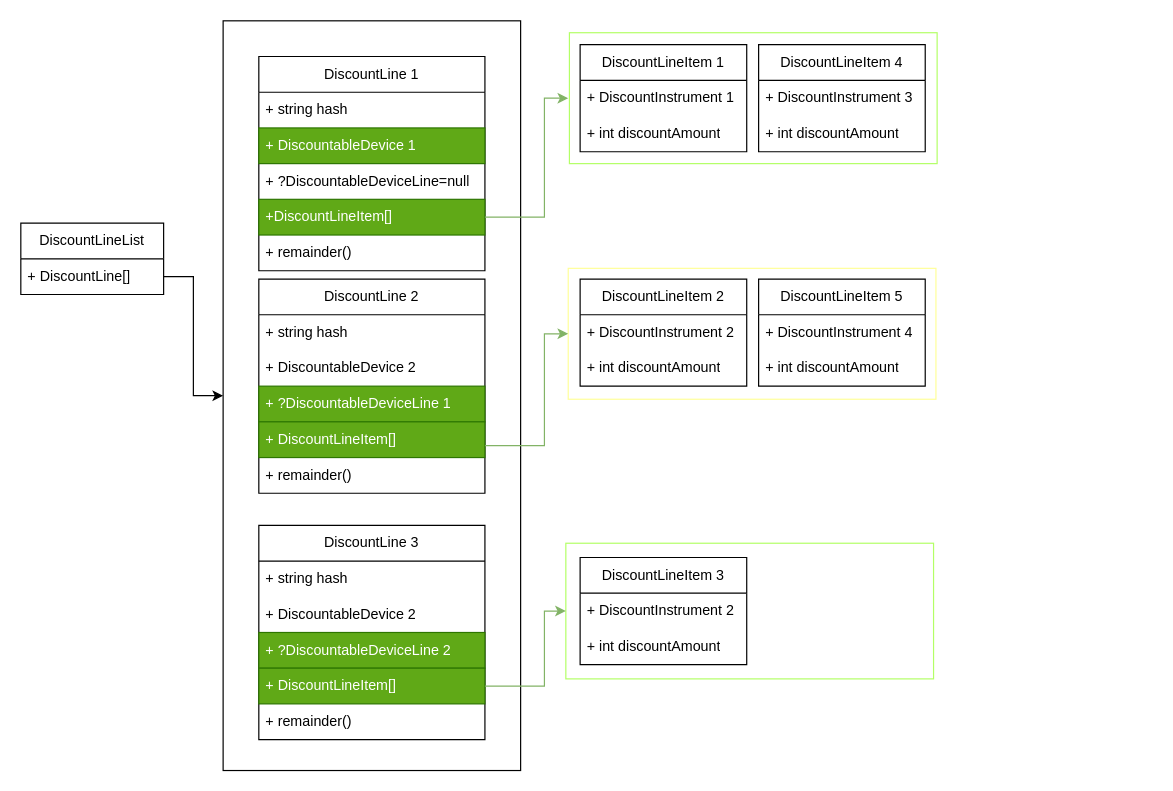
Earlier version of the draw.io diagram discount.drawio (autepos/discount). Source tidied: cells renumbered, new cells numbered last; positions are measured from the earlier drawing's top-left corner, leaving out a move shared by most shapes. Both pictures are drawn from the tidied source at 119%, with x=0, y=0 at pixel (20, 20).
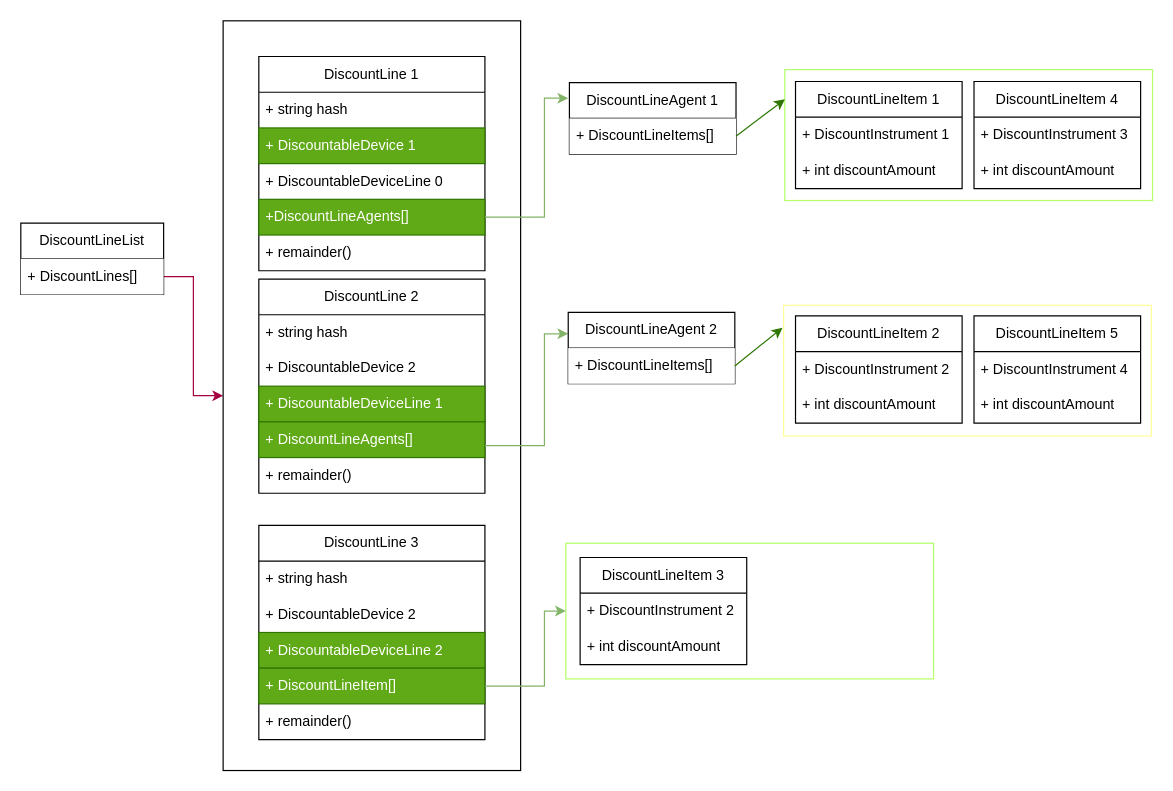
After the change.

The change refers to these unchanged cells:
```xml
<mxCell id="6" style="rounded=0;whiteSpace=wrap;html=1;" parent="1" vertex="1">
  <mxGeometry x="170" width="250" height="630" as="geometry" />
</mxCell>
<mxCell id="7" value="DiscountLine 1" style="swimlane;fontStyle=0;horizontal=1;startSize=30;whiteSpace=wrap;html=1;" parent="1" vertex="1">
  <mxGeometry x="200" y="30" width="190" height="180" as="geometry" />
</mxCell>
<mxCell id="13" value="DiscountLine 2" style="swimlane;fontStyle=0;horizontal=1;startSize=30;whiteSpace=wrap;html=1;" parent="1" vertex="1">
  <mxGeometry x="200" y="217" width="190" height="180" as="geometry" />
</mxCell>
<mxCell id="19" value="DiscountLine 3" style="swimlane;fontStyle=0;horizontal=1;startSize=30;whiteSpace=wrap;html=1;" parent="1" vertex="1">
  <mxGeometry x="200" y="424" width="190" height="180" as="geometry" />
</mxCell>
<mxCell id="25" value="DiscountLineList" style="swimlane;fontStyle=0;horizontal=1;startSize=30;whiteSpace=wrap;html=1;" parent="1" vertex="1">
  <mxGeometry y="170" width="120" height="60" as="geometry" />
</mxCell>
```

Diff of the diagram source:
```diff
@@
     <mxCell id="2" style="rounded=0;whiteSpace=wrap;html=1;strokeColor=#FFFF99;" parent="1" vertex="1">
-      <mxGeometry x="460" y="208" width="309" height="110" as="geometry" />
+      <mxGeometry x="641" y="239" width="309" height="110" as="geometry" />
     </mxCell>
@@
     <mxCell id="4" style="rounded=0;whiteSpace=wrap;html=1;strokeColor=#B3FF66;" parent="1" vertex="1">
-      <mxGeometry x="461" y="10" width="309" height="110" as="geometry" />
+      <mxGeometry x="642" y="41" width="309" height="110" as="geometry" />
     </mxCell>
-    <mxCell id="5" style="edgeStyle=orthogonalEdgeStyle;rounded=0;jettySize=auto;html=1;endArrow=none;endFill=0;startArrow=classic;startFill=1;" parent="1" edge="1" source="6" target="26">
+    <mxCell id="5" style="edgeStyle=orthogonalEdgeStyle;rounded=0;jettySize=auto;html=1;endArrow=none;endFill=0;startArrow=classic;startFill=1;fillColor=#d80073;strokeColor=#A50040;" parent="1" edge="1" source="6" target="26">
       <mxGeometry relative="1" as="geometry" />
     </mxCell>
@@
-    <mxCell id="10" value="+ ?DiscountableDeviceLine=null" style="text;strokeColor=none;fillColor=none;align=left;verticalAlign=middle;spacingLeft=4;spacingRight=4;overflow=hidden;whiteSpace=wrap;html=1;" parent="7" vertex="1">
+    <mxCell id="10" value="+ DiscountableDeviceLine 0" style="text;strokeColor=none;fillColor=none;align=left;verticalAlign=middle;spacingLeft=4;spacingRight=4;overflow=hidden;whiteSpace=wrap;html=1;" parent="7" vertex="1">
       <mxGeometry y="90" width="190" height="30" as="geometry" />
     </mxCell>
-    <mxCell id="11" value="+&lt;span style=&quot;text-align: center;&quot;&gt;DiscountLineItem&lt;/span&gt;[]" style="text;strokeColor=#2D7600;fillColor=#60a917;align=left;verticalAlign=middle;spacingLeft=4;spacingRight=4;overflow=hidden;points=[[0,0.5],[1,0.5]];portConstraint=eastwest;whiteSpace=wrap;html=1;fontColor=#ffffff;" parent="7" vertex="1">
+    <mxCell id="11" value="+&lt;span style=&quot;text-align: center;&quot;&gt;DiscountLineAgents&lt;/span&gt;[]" style="text;strokeColor=#2D7600;fillColor=#60a917;align=left;verticalAlign=middle;spacingLeft=4;spacingRight=4;overflow=hidden;points=[[0,0.5],[1,0.5]];portConstraint=eastwest;whiteSpace=wrap;html=1;fontColor=#ffffff;" parent="7" vertex="1">
       <mxGeometry y="120" width="190" height="30" as="geometry" />
     </mxCell>
@@
-    <mxCell id="16" value="+ ?DiscountableDeviceLine 1" style="text;strokeColor=#2D7600;fillColor=#60a917;align=left;verticalAlign=middle;spacingLeft=4;spacingRight=4;overflow=hidden;whiteSpace=wrap;html=1;fontColor=#ffffff;" parent="13" vertex="1">
+    <mxCell id="16" value="+ DiscountableDeviceLine 1" style="text;strokeColor=#2D7600;fillColor=#60a917;align=left;verticalAlign=middle;spacingLeft=4;spacingRight=4;overflow=hidden;whiteSpace=wrap;html=1;fontColor=#ffffff;" parent="13" vertex="1">
       <mxGeometry y="90" width="190" height="30" as="geometry" />
     </mxCell>
-    <mxCell id="17" value="+&amp;nbsp;&lt;span style=&quot;text-align: center;&quot;&gt;DiscountLineItem&lt;/span&gt;[]" style="text;strokeColor=#2D7600;fillColor=#60a917;align=left;verticalAlign=middle;spacingLeft=4;spacingRight=4;overflow=hidden;whiteSpace=wrap;html=1;fontColor=#ffffff;" parent="13" vertex="1">
+    <mxCell id="17" value="+&amp;nbsp;&lt;span style=&quot;text-align: center;&quot;&gt;DiscountLineAgents&lt;/span&gt;[]" style="text;strokeColor=#2D7600;fillColor=#60a917;align=left;verticalAlign=middle;spacingLeft=4;spacingRight=4;overflow=hidden;whiteSpace=wrap;html=1;fontColor=#ffffff;" parent="13" vertex="1">
       <mxGeometry y="120" width="190" height="30" as="geometry" />
     </mxCell>
@@
-    <mxCell id="22" value="+ ?DiscountableDeviceLine 2" style="text;strokeColor=#2D7600;fillColor=#60a917;align=left;verticalAlign=middle;spacingLeft=4;spacingRight=4;overflow=hidden;whiteSpace=wrap;html=1;fontColor=#ffffff;" parent="19" vertex="1">
+    <mxCell id="22" value="+ DiscountableDeviceLine 2" style="text;strokeColor=#2D7600;fillColor=#60a917;align=left;verticalAlign=middle;spacingLeft=4;spacingRight=4;overflow=hidden;whiteSpace=wrap;html=1;fontColor=#ffffff;" parent="19" vertex="1">
       <mxGeometry y="90" width="190" height="30" as="geometry" />
     </mxCell>
@@
-    <mxCell id="26" value="&lt;span style=&quot;text-align: center;&quot;&gt;+ DiscountLine[]&lt;/span&gt;" style="text;strokeColor=none;fillColor=none;align=left;verticalAlign=middle;spacingLeft=4;spacingRight=4;overflow=hidden;points=[[0,0.5],[1,0.5]];portConstraint=eastwest;whiteSpace=wrap;html=1;" parent="25" vertex="1">
+    <mxCell id="26" value="&lt;span style=&quot;text-align: center;&quot;&gt;+ DiscountLines[]&lt;/span&gt;" style="text;strokeColor=none;fillColor=default;align=left;verticalAlign=middle;spacingLeft=4;spacingRight=4;overflow=hidden;points=[[0,0.5],[1,0.5]];portConstraint=eastwest;whiteSpace=wrap;html=1;" parent="25" vertex="1">
       <mxGeometry y="30" width="120" height="30" as="geometry" />
     </mxCell>
     <mxCell id="27" value="DiscountLineItem 1" style="swimlane;fontStyle=0;horizontal=1;startSize=30;whiteSpace=wrap;html=1;strokeColor=default;fillColor=none;" parent="1" vertex="1">
-      <mxGeometry x="470" y="20" width="140" height="90" as="geometry" />
+      <mxGeometry x="651" y="51" width="140" height="90" as="geometry" />
     </mxCell>
@@
     <mxCell id="30" value="DiscountLineItem 2" style="swimlane;fontStyle=0;horizontal=1;startSize=30;whiteSpace=wrap;html=1;strokeColor=default;fillColor=none;" parent="1" vertex="1">
-      <mxGeometry x="470" y="217" width="140" height="90" as="geometry" />
+      <mxGeometry x="651" y="248" width="140" height="90" as="geometry" />
     </mxCell>
@@
-    <mxCell id="33" style="endArrow=classic;html=1;rounded=0;entryX=0;entryY=0.5;entryDx=0;entryDy=0;fillColor=#d5e8d4;strokeColor=#82b366;" parent="1" edge="1" target="2">
+    <mxCell id="33" style="endArrow=classic;html=1;rounded=0;fillColor=#d5e8d4;strokeColor=#82b366;" parent="1" edge="1">
       <mxGeometry relative="1" as="geometry">
         <mxPoint x="390" y="357" as="sourcePoint" />
+        <mxPoint x="460" y="263" as="targetPoint" />
         <Array as="points">
           <mxPoint x="440" y="357" />
           <mxPoint x="440" y="263" />
         </Array>
       </mxGeometry>
     </mxCell>
@@
     <mxCell id="38" value="DiscountLineItem 4" style="swimlane;fontStyle=0;horizontal=1;startSize=30;whiteSpace=wrap;html=1;strokeColor=default;fillColor=none;" parent="1" vertex="1">
-      <mxGeometry x="620" y="20" width="140" height="90" as="geometry" />
+      <mxGeometry x="801" y="51" width="140" height="90" as="geometry" />
     </mxCell>
@@
     <mxCell id="42" value="DiscountLineItem 5" style="swimlane;fontStyle=0;horizontal=1;startSize=30;whiteSpace=wrap;html=1;strokeColor=default;fillColor=none;" parent="1" vertex="1">
-      <mxGeometry x="620" y="217" width="140" height="90" as="geometry" />
+      <mxGeometry x="801" y="248" width="140" height="90" as="geometry" />
     </mxCell>
@@
+    <mxCell id="45" value="DiscountLineAgent 2" style="swimlane;fontStyle=0;horizontal=1;startSize=30;whiteSpace=wrap;html=1;strokeColor=default;fillColor=default;" parent="1" vertex="1">
+      <mxGeometry x="460" y="245" width="140" height="60" as="geometry" />
+    </mxCell>
+    <mxCell id="46" value="+ DiscountLineItems[]" style="text;strokeColor=none;fillColor=default;align=left;verticalAlign=middle;spacingLeft=4;spacingRight=4;overflow=hidden;whiteSpace=wrap;html=1;" parent="45" vertex="1">
+      <mxGeometry y="30" width="140" height="30" as="geometry" />
+    </mxCell>
+    <mxCell id="47" style="edgeStyle=none;html=1;exitX=1;exitY=0.75;exitDx=0;exitDy=0;fillColor=#60a917;strokeColor=#2D7600;" parent="1" edge="1" source="45">
+      <mxGeometry relative="1" as="geometry">
+        <mxPoint x="640" y="258" as="targetPoint" />
+      </mxGeometry>
+    </mxCell>
+    <mxCell id="48" value="DiscountLineAgent 1" style="swimlane;fontStyle=0;horizontal=1;startSize=30;whiteSpace=wrap;html=1;strokeColor=default;fillColor=default;" parent="1" vertex="1">
+      <mxGeometry x="461" y="52" width="140" height="60" as="geometry" />
+    </mxCell>
+    <mxCell id="49" value="+ DiscountLineItems[]" style="text;strokeColor=none;fillColor=default;align=left;verticalAlign=middle;spacingLeft=4;spacingRight=4;overflow=hidden;whiteSpace=wrap;html=1;" parent="48" vertex="1">
+      <mxGeometry y="30" width="140" height="30" as="geometry" />
+    </mxCell>
+    <mxCell id="50" style="edgeStyle=none;html=1;exitX=1;exitY=0.75;exitDx=0;exitDy=0;fillColor=#60a917;strokeColor=#2D7600;" parent="1" edge="1" source="48">
+      <mxGeometry relative="1" as="geometry">
+        <mxPoint x="642" y="66" as="targetPoint" />
+      </mxGeometry>
+    </mxCell>
```
